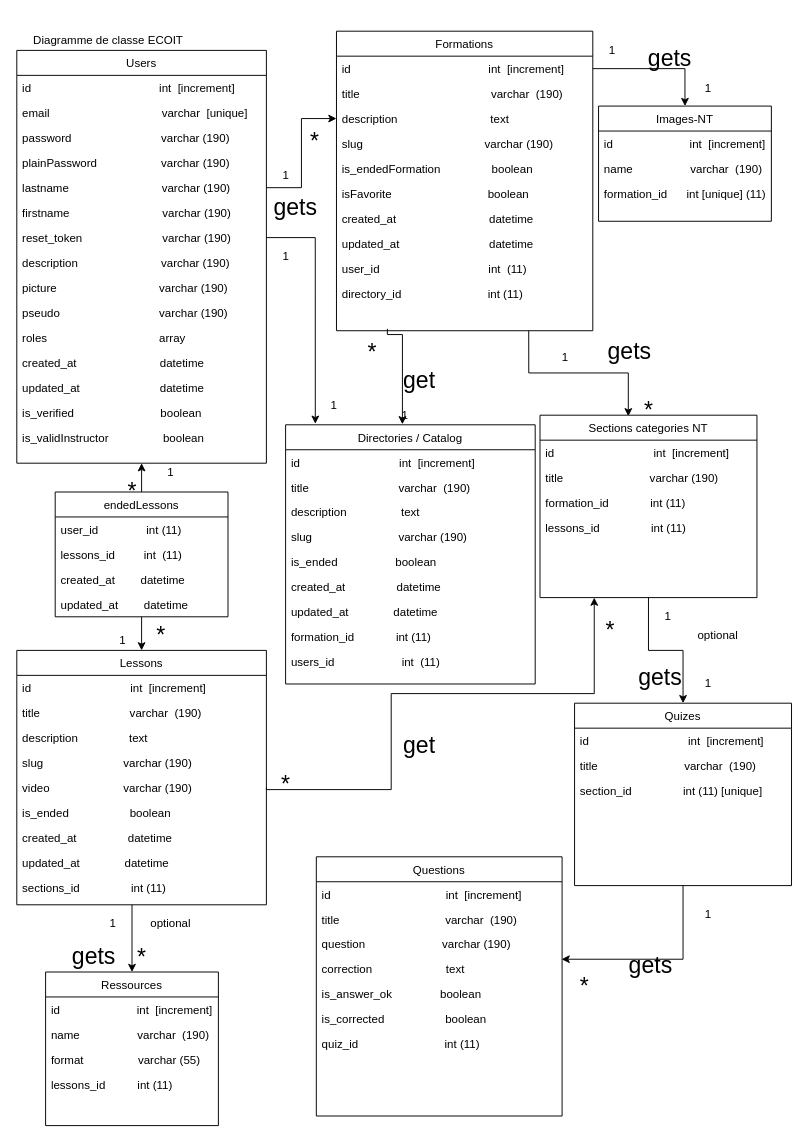
cyrisa02/diagrammes-UML keeps this draw.io diagram as ECO IT/diag_de_classe_ecoit.drawio. Above is the earlier version. Source tidied: cells renumbered, new cells numbered last; positions are measured from the earlier drawing's top-left corner, leaving out a move shared by most shapes. Both pictures are drawn from the tidied source at 96%, with x=0, y=0 at pixel (16, 16).
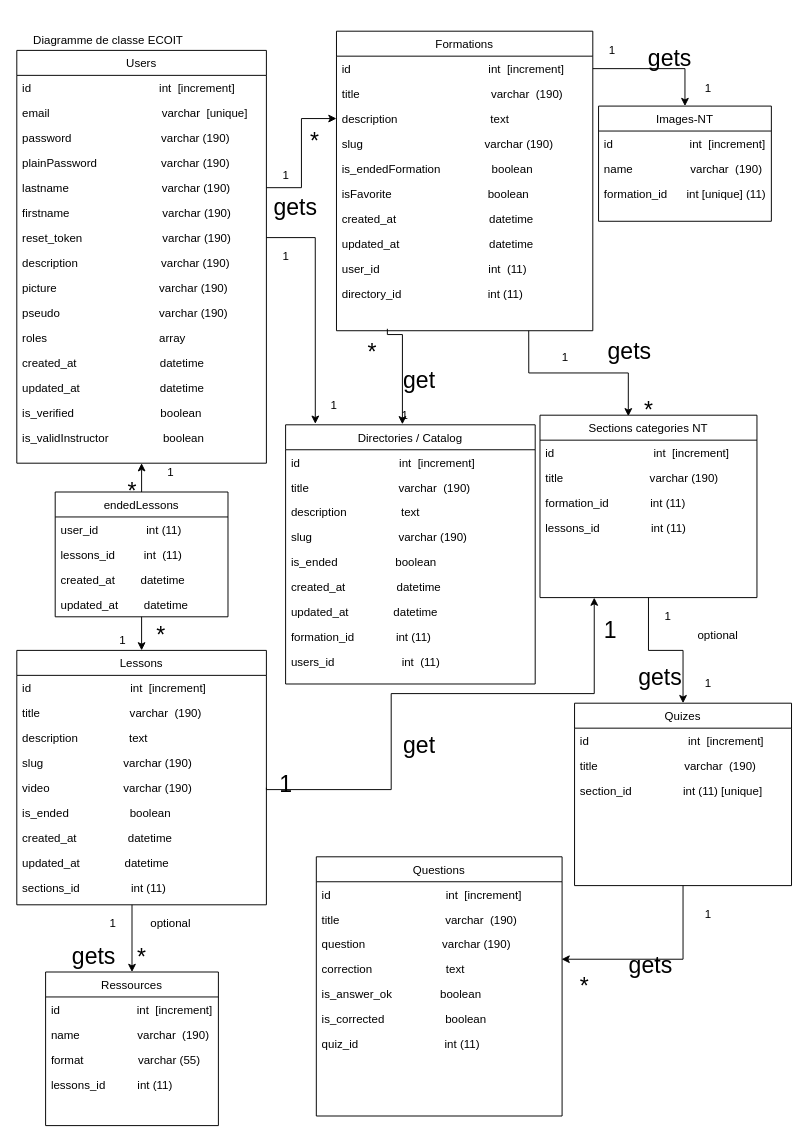
Above is the later version.

What changed in the source:
```diff
@@
-    <mxCell id="95" value="*" style="text;html=1;align=center;verticalAlign=middle;fillColor=none;strokeColor=none;rounded=0;fontSize=24;" parent="1" vertex="1">
-      <mxGeometry x="270" y="785" width="20" height="30" as="geometry" />
+    <mxCell id="95" value="1" style="text;html=1;align=center;verticalAlign=middle;fillColor=none;strokeColor=none;rounded=0;fontSize=24;" parent="1" vertex="1">
+      <mxGeometry x="265" y="785" width="30" height="30" as="geometry" />
     </mxCell>
@@
-    <mxCell id="112" value="*" style="text;html=1;align=center;verticalAlign=middle;fillColor=none;strokeColor=none;rounded=0;fontSize=24;" parent="1" vertex="1">
-      <mxGeometry x="608" y="625" width="20" height="30" as="geometry" />
+    <mxCell id="112" value="1" style="text;html=1;align=center;verticalAlign=middle;fillColor=none;strokeColor=none;rounded=0;fontSize=24;" parent="1" vertex="1">
+      <mxGeometry x="603" y="625" width="30" height="30" as="geometry" />
     </mxCell>
```
